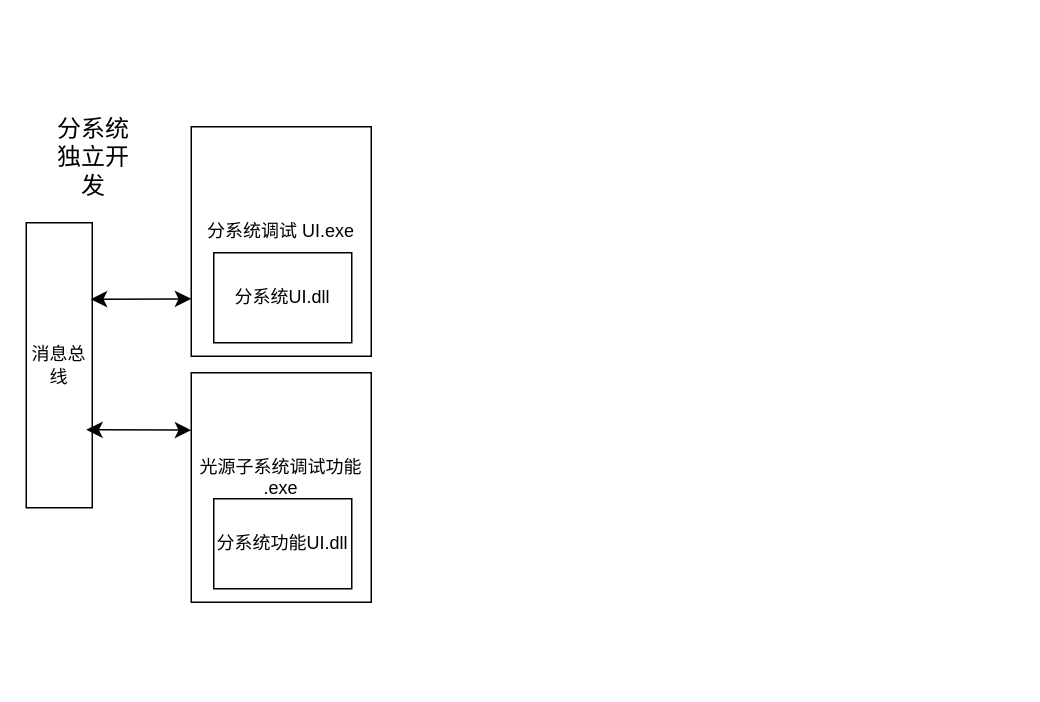
SmallChester/wsl2-development keeps this draw.io diagram as 架构.drawio. Above is the earlier version. Source tidied: cells renumbered, new cells numbered last; positions are measured from the earlier drawing's top-left corner, leaving out a move shared by most shapes. Both pictures are drawn from the tidied source at 150%, with x=0, y=0 at pixel (26, 126).
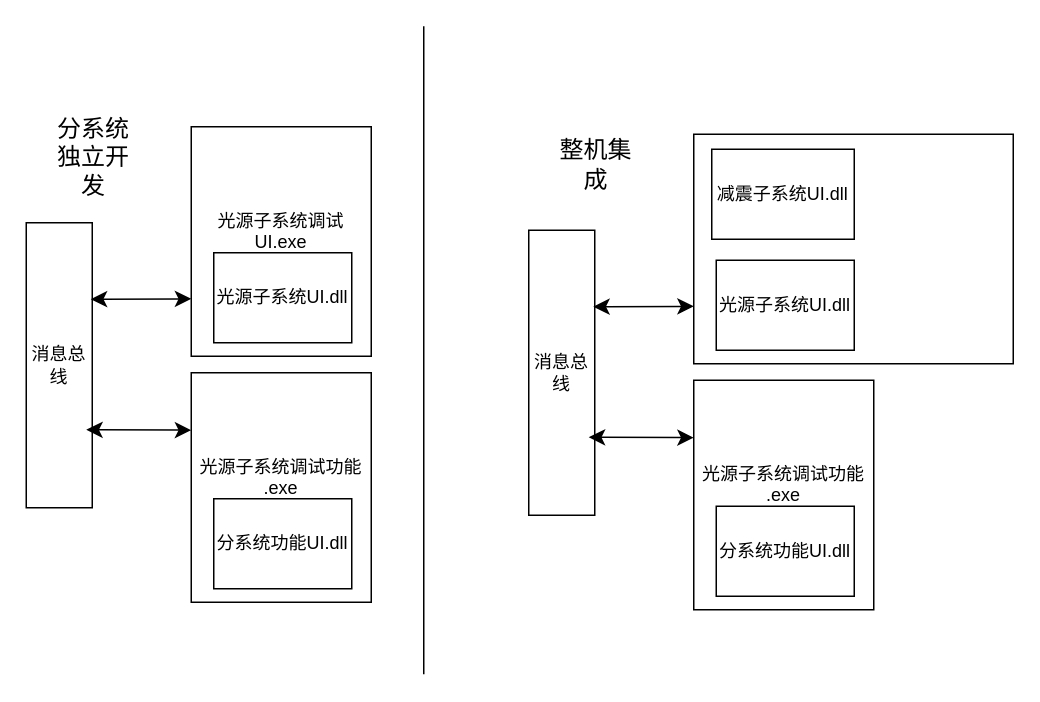
The same page after the edit.

The edit, as a diff of the source:
```diff
@@
-    <mxCell id="5" value="分系统调试 UI.exe&lt;div&gt;&lt;br&gt;&lt;/div&gt;" style="rounded=0;whiteSpace=wrap;html=1;" parent="1" vertex="1">
+    <mxCell id="5" value="光源子系统调试 UI.exe&lt;div&gt;&lt;br&gt;&lt;/div&gt;" style="rounded=0;whiteSpace=wrap;html=1;" parent="1" vertex="1">
       <mxGeometry x="110" width="120" height="153" as="geometry" />
     </mxCell>
-    <mxCell id="6" value="分系统UI.dll" style="rounded=0;whiteSpace=wrap;html=1;" parent="1" vertex="1">
+    <mxCell id="6" value="光源子系统UI.dll" style="rounded=0;whiteSpace=wrap;html=1;" parent="1" vertex="1">
       <mxGeometry x="125" y="84" width="92" height="60" as="geometry" />
     </mxCell>
@@
+    <mxCell id="10" style="endArrow=none;html=1;rounded=0;fontSize=12;startSize=8;endSize=8;curved=1;" parent="1" edge="1">
+      <mxGeometry relative="1" as="geometry">
+        <mxPoint x="265" y="365" as="sourcePoint" />
+        <mxPoint x="265" y="-67" as="targetPoint" />
+      </mxGeometry>
+    </mxCell>
+    <mxCell id="11" value="消息总线" style="rounded=0;whiteSpace=wrap;html=1;" parent="1" vertex="1">
+      <mxGeometry x="335" y="69" width="44" height="190" as="geometry" />
+    </mxCell>
+    <mxCell id="12" style="endArrow=classic;startArrow=classic;html=1;rounded=0;fontSize=12;startSize=8;endSize=8;curved=1;entryX=0;entryY=0.75;entryDx=0;entryDy=0;" parent="1" edge="1" target="14">
+      <mxGeometry relative="1" as="geometry">
+        <mxPoint x="378" y="120" as="sourcePoint" />
+      </mxGeometry>
+    </mxCell>
+    <mxCell id="13" style="endArrow=classic;startArrow=classic;html=1;rounded=0;fontSize=12;startSize=8;endSize=8;curved=1;entryX=0;entryY=0.25;entryDx=0;entryDy=0;" parent="1" edge="1" target="16">
+      <mxGeometry relative="1" as="geometry">
+        <mxPoint x="375" y="207" as="sourcePoint" />
+      </mxGeometry>
+    </mxCell>
+    <mxCell id="14" value="&lt;div&gt;&lt;br&gt;&lt;/div&gt;" style="rounded=0;whiteSpace=wrap;html=1;" parent="1" vertex="1">
+      <mxGeometry x="445" y="5" width="213" height="153" as="geometry" />
+    </mxCell>
+    <mxCell id="15" value="光源子系统UI.dll" style="rounded=0;whiteSpace=wrap;html=1;" parent="1" vertex="1">
+      <mxGeometry x="460" y="89" width="92" height="60" as="geometry" />
+    </mxCell>
+    <mxCell id="16" value="光源子系统调试功能 .exe&lt;div&gt;&lt;br&gt;&lt;/div&gt;" style="rounded=0;whiteSpace=wrap;html=1;" parent="1" vertex="1">
+      <mxGeometry x="445" y="169" width="120" height="153" as="geometry" />
+    </mxCell>
+    <mxCell id="17" value="分系统功能UI.dll" style="rounded=0;whiteSpace=wrap;html=1;" parent="1" vertex="1">
+      <mxGeometry x="460" y="253" width="92" height="60" as="geometry" />
+    </mxCell>
+    <mxCell id="18" value="整机集成" style="text;html=1;align=center;verticalAlign=middle;whiteSpace=wrap;rounded=0;fontSize=16;" parent="1" vertex="1">
+      <mxGeometry x="350" y="10" width="60" height="30" as="geometry" />
+    </mxCell>
+    <mxCell id="19" value="减震子系统UI.dll" style="rounded=0;whiteSpace=wrap;html=1;" parent="1" vertex="1">
+      <mxGeometry x="457" y="15" width="95" height="60" as="geometry" />
+    </mxCell>
```
